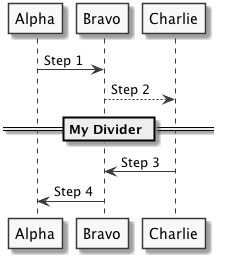
Before: doc/sequence_diagram_extras/sequence_diagram_extras.png, a diagram exported from PlantUML (joelparkerhenderson/plantuml-examples).
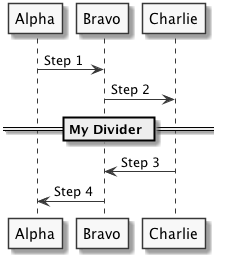
After the commit.

Diff of the diagram source:
```diff
@@ -1,7 +1,7 @@
 @startuml
 skinparam monochrome true
 Alpha -> Bravo: Step 1
-Bravo --> Charlie: Step 2
+Bravo -> Charlie: Step 2
 == My Divider ==
 Charlie -> Bravo: Step 3
 Bravo -> Alpha: Step 4
```
